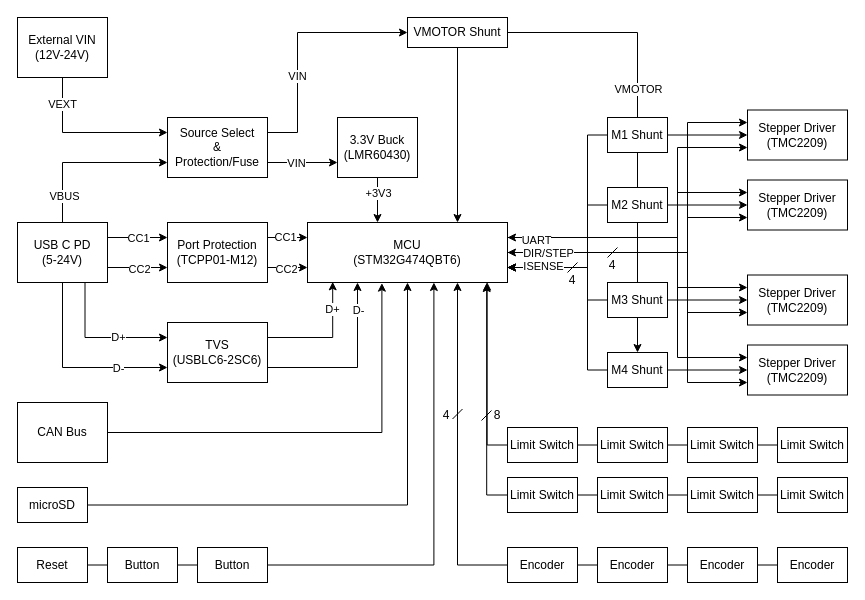
Earlier version of the draw.io diagram diagram.drawio (jacob-wigent/stepping-stone). Source tidied: cells renumbered, new cells numbered last; positions are measured from the earlier drawing's top-left corner, leaving out a move shared by most shapes. Both pictures are drawn from the tidied source at 100%, with x=0, y=0 at pixel (17, 17).
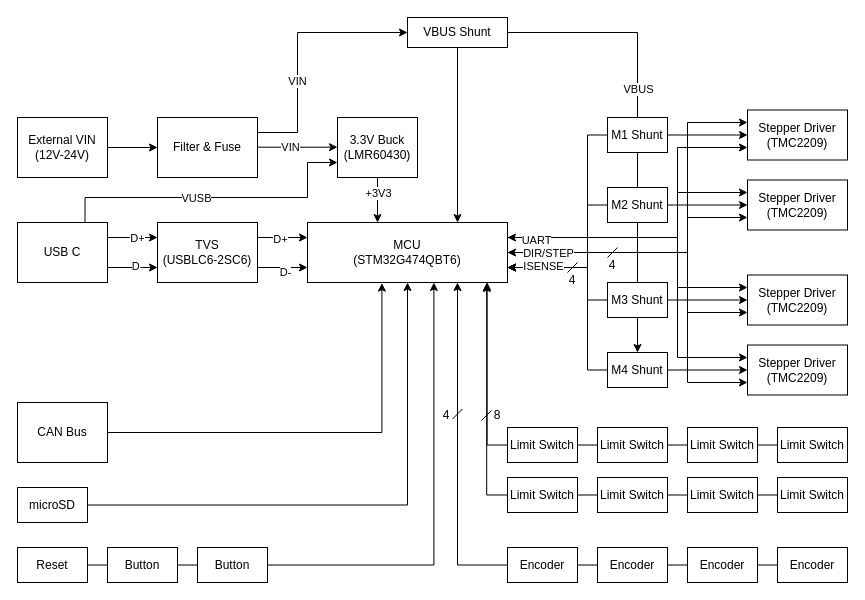
After the change.

The change refers to these unchanged cells:
```xml
<mxCell id="13" value="MCU&lt;div&gt;(STM32G474QBT6)&lt;/div&gt;" style="rounded=0;whiteSpace=wrap;html=1;" parent="1" vertex="1">
  <mxGeometry x="290" y="205" width="200" height="60" as="geometry" />
</mxCell>
<mxCell id="34" value="3.3V Buck&lt;div&gt;(LMR60430)&lt;/div&gt;" style="rounded=0;whiteSpace=wrap;html=1;" parent="1" vertex="1">
  <mxGeometry x="320" y="100" width="80" height="60" as="geometry" />
</mxCell>
<mxCell id="48" style="edgeStyle=orthogonalEdgeStyle;rounded=0;jettySize=auto;html=1;exitX=1;exitY=0.5;exitDx=0;exitDy=0;entryX=0.5;entryY=0;entryDx=0;entryDy=0;" parent="1" edge="1" source="50" target="65">
  <mxGeometry relative="1" as="geometry" />
</mxCell>
```

Diff of the diagram source:
```diff
@@
-    <mxCell id="18" style="edgeStyle=orthogonalEdgeStyle;rounded=0;jettySize=auto;html=1;exitX=1;exitY=0.75;exitDx=0;exitDy=0;entryX=0;entryY=0.75;entryDx=0;entryDy=0;" parent="1" edge="1" source="28" target="33">
-      <mxGeometry relative="1" as="geometry" />
-    </mxCell>
-    <mxCell id="19" value="CC2" style="edgeLabel;html=1;align=center;verticalAlign=middle;" parent="18" vertex="1">
-      <mxGeometry x="0.04" y="-1" relative="1" as="geometry" />
-    </mxCell>
-    <mxCell id="20" style="edgeStyle=orthogonalEdgeStyle;rounded=0;jettySize=auto;html=1;exitX=1;exitY=0.25;exitDx=0;exitDy=0;entryX=0;entryY=0.25;entryDx=0;entryDy=0;" parent="1" edge="1" source="28" target="33">
-      <mxGeometry relative="1" as="geometry" />
-    </mxCell>
-    <mxCell id="21" value="CC1" style="edgeLabel;html=1;align=center;verticalAlign=middle;" parent="20" vertex="1">
-      <mxGeometry x="0.01" relative="1" as="geometry" />
-    </mxCell>
-    <mxCell id="22" style="edgeStyle=orthogonalEdgeStyle;rounded=0;jettySize=auto;html=1;exitX=0.75;exitY=1;exitDx=0;exitDy=0;entryX=0;entryY=0.25;entryDx=0;entryDy=0;" parent="1" edge="1" source="28" target="37">
-      <mxGeometry relative="1" as="geometry" />
-    </mxCell>
-    <mxCell id="23" value="D+" style="edgeLabel;html=1;align=center;verticalAlign=middle;" parent="22" vertex="1">
-      <mxGeometry x="0.28" y="1" relative="1" as="geometry" />
-    </mxCell>
-    <mxCell id="24" style="edgeStyle=orthogonalEdgeStyle;rounded=0;jettySize=auto;html=1;exitX=0.5;exitY=1;exitDx=0;exitDy=0;entryX=0;entryY=0.75;entryDx=0;entryDy=0;" parent="1" edge="1" source="28" target="37">
-      <mxGeometry relative="1" as="geometry" />
-    </mxCell>
-    <mxCell id="25" value="D-" style="edgeLabel;html=1;align=center;verticalAlign=middle;" parent="24" vertex="1">
-      <mxGeometry x="0.47" relative="1" as="geometry" />
-    </mxCell>
-    <mxCell id="26" style="edgeStyle=orthogonalEdgeStyle;rounded=0;jettySize=auto;html=1;exitX=0.5;exitY=0;exitDx=0;exitDy=0;entryX=0;entryY=0.75;entryDx=0;entryDy=0;" parent="1" edge="1" source="28" target="47">
-      <mxGeometry relative="1" as="geometry" />
-    </mxCell>
-    <mxCell id="27" value="VBUS" style="edgeLabel;html=1;align=center;verticalAlign=middle;" parent="26" vertex="1">
-      <mxGeometry x="-0.67" y="-1" relative="1" as="geometry" />
-    </mxCell>
+    <mxCell id="100" style="edgeStyle=orthogonalEdgeStyle;rounded=0;jettySize=auto;html=1;exitX=1;exitY=0.25;exitDx=0;exitDy=0;entryX=0;entryY=0.25;entryDx=0;entryDy=0;" parent="1" edge="1" source="28" target="37">
+      <mxGeometry relative="1" as="geometry" />
+    </mxCell>
+    <mxCell id="101" value="D+" style="edgeLabel;html=1;align=center;verticalAlign=middle;" parent="100" vertex="1">
+      <mxGeometry x="0.14" relative="1" as="geometry" />
+    </mxCell>
+    <mxCell id="102" style="edgeStyle=orthogonalEdgeStyle;rounded=0;jettySize=auto;html=1;exitX=1;exitY=0.75;exitDx=0;exitDy=0;entryX=0;entryY=0.75;entryDx=0;entryDy=0;" parent="1" edge="1" source="28" target="37">
+      <mxGeometry relative="1" as="geometry" />
+    </mxCell>
+    <mxCell id="103" value="D-" style="edgeLabel;html=1;align=center;verticalAlign=middle;" parent="102" vertex="1">
+      <mxGeometry x="0.14" y="2" relative="1" as="geometry" />
+    </mxCell>
+    <mxCell id="104" style="edgeStyle=orthogonalEdgeStyle;rounded=0;jettySize=auto;html=1;exitX=0.75;exitY=0;exitDx=0;exitDy=0;entryX=0;entryY=0.75;entryDx=0;entryDy=0;" parent="1" edge="1" source="28" target="34">
+      <mxGeometry relative="1" as="geometry">
+        <Array as="points">
+          <mxPoint x="68" y="180" />
+          <mxPoint x="290" y="180" />
+          <mxPoint x="290" y="145" />
+        </Array>
+      </mxGeometry>
+    </mxCell>
+    <mxCell id="105" value="VUSB" style="edgeLabel;html=1;align=center;verticalAlign=middle;" parent="104" vertex="1">
+      <mxGeometry x="-0.13" relative="1" as="geometry" />
+    </mxCell>
-    <mxCell id="28" value="USB C PD&lt;div&gt;(5-24V)&lt;/div&gt;" style="rounded=0;whiteSpace=wrap;html=1;" parent="1" vertex="1">
+    <mxCell id="28" value="USB C" style="rounded=0;whiteSpace=wrap;html=1;" parent="1" vertex="1">
       <mxGeometry y="205" width="90" height="60" as="geometry" />
     </mxCell>
-    <mxCell id="29" style="edgeStyle=orthogonalEdgeStyle;rounded=0;jettySize=auto;html=1;exitX=1;exitY=0.25;exitDx=0;exitDy=0;entryX=0;entryY=0.25;entryDx=0;entryDy=0;" parent="1" edge="1" source="33" target="13">
-      <mxGeometry relative="1" as="geometry" />
-    </mxCell>
-    <mxCell id="30" value="CC1" style="edgeLabel;html=1;align=center;verticalAlign=middle;" parent="29" vertex="1">
-      <mxGeometry x="-0.14" y="1" relative="1" as="geometry" />
-    </mxCell>
-    <mxCell id="31" style="edgeStyle=orthogonalEdgeStyle;rounded=0;jettySize=auto;html=1;exitX=1;exitY=0.75;exitDx=0;exitDy=0;entryX=0;entryY=0.75;entryDx=0;entryDy=0;" parent="1" edge="1" source="33" target="13">
-      <mxGeometry relative="1" as="geometry" />
-    </mxCell>
-    <mxCell id="32" value="CC2" style="edgeLabel;html=1;align=center;verticalAlign=middle;" parent="31" vertex="1">
-      <mxGeometry x="-0.1" y="-1" relative="1" as="geometry" />
-    </mxCell>
-    <mxCell id="33" value="Port Protection&lt;div&gt;(TCPP01-M12)&lt;/div&gt;" style="rounded=0;whiteSpace=wrap;html=1;" parent="1" vertex="1">
-      <mxGeometry x="150" y="205" width="100" height="60" as="geometry" />
-    </mxCell>
@@
-    <mxCell id="35" style="edgeStyle=orthogonalEdgeStyle;rounded=0;jettySize=auto;html=1;exitX=1;exitY=0.75;exitDx=0;exitDy=0;entryX=0.25;entryY=1;entryDx=0;entryDy=0;" parent="1" edge="1" source="37" target="13">
-      <mxGeometry relative="1" as="geometry" />
-    </mxCell>
-    <mxCell id="36" value="D-" style="edgeLabel;html=1;align=center;verticalAlign=middle;" parent="35" vertex="1">
-      <mxGeometry x="0.64" relative="1" as="geometry">
-        <mxPoint y="-4" as="offset" />
-      </mxGeometry>
-    </mxCell>
+    <mxCell id="106" style="edgeStyle=orthogonalEdgeStyle;rounded=0;jettySize=auto;html=1;exitX=1;exitY=0.25;exitDx=0;exitDy=0;entryX=0;entryY=0.25;entryDx=0;entryDy=0;" parent="1" edge="1" source="37" target="13">
+      <mxGeometry relative="1" as="geometry" />
+    </mxCell>
+    <mxCell id="107" value="D+" style="edgeLabel;html=1;align=center;verticalAlign=middle;" parent="106" vertex="1">
+      <mxGeometry x="-0.14" y="-1" relative="1" as="geometry" />
+    </mxCell>
+    <mxCell id="108" style="edgeStyle=orthogonalEdgeStyle;rounded=0;jettySize=auto;html=1;exitX=1;exitY=0.75;exitDx=0;exitDy=0;entryX=0;entryY=0.75;entryDx=0;entryDy=0;" parent="1" edge="1" source="37" target="13">
+      <mxGeometry relative="1" as="geometry" />
+    </mxCell>
+    <mxCell id="109" value="D-" style="edgeLabel;html=1;align=center;verticalAlign=middle;" parent="108" vertex="1">
+      <mxGeometry x="0.06" y="-4" relative="1" as="geometry" />
+    </mxCell>
     <mxCell id="37" value="TVS&lt;div&gt;(USBLC6-2SC6)&lt;/div&gt;" style="rounded=0;whiteSpace=wrap;html=1;" parent="1" vertex="1">
-      <mxGeometry x="150" y="305" width="100" height="60" as="geometry" />
+      <mxGeometry x="140" y="205" width="100" height="60" as="geometry" />
     </mxCell>
-    <mxCell id="38" style="edgeStyle=orthogonalEdgeStyle;rounded=0;jettySize=auto;html=1;exitX=1;exitY=0.25;exitDx=0;exitDy=0;entryX=0.126;entryY=0.989;entryDx=0;entryDy=0;entryPerimeter=0;" parent="1" edge="1" source="37" target="13">
-      <mxGeometry relative="1" as="geometry" />
-    </mxCell>
-    <mxCell id="39" value="D+" style="edgeLabel;html=1;align=center;verticalAlign=middle;" parent="38" vertex="1">
-      <mxGeometry x="0.61" y="1" relative="1" as="geometry">
-        <mxPoint y="3" as="offset" />
-      </mxGeometry>
-    </mxCell>
-    <mxCell id="40" style="edgeStyle=orthogonalEdgeStyle;rounded=0;jettySize=auto;html=1;exitX=0.5;exitY=1;exitDx=0;exitDy=0;entryX=0;entryY=0.25;entryDx=0;entryDy=0;" parent="1" edge="1" source="42" target="47">
+    <mxCell id="40" style="edgeStyle=orthogonalEdgeStyle;rounded=0;jettySize=auto;html=1;exitX=1;exitY=0.5;exitDx=0;exitDy=0;entryX=0;entryY=0.5;entryDx=0;entryDy=0;" parent="1" edge="1" source="42" target="47">
       <mxGeometry relative="1" as="geometry" />
     </mxCell>
-    <mxCell id="41" value="VEXT" style="edgeLabel;html=1;align=center;verticalAlign=middle;" parent="40" vertex="1">
-      <mxGeometry x="-0.67" y="-1" relative="1" as="geometry" />
-    </mxCell>
     <mxCell id="42" value="External VIN&lt;div&gt;(12V-24V)&lt;/div&gt;" style="rounded=0;whiteSpace=wrap;html=1;" parent="1" vertex="1">
-      <mxGeometry width="90" height="60" as="geometry" />
+      <mxGeometry y="100" width="90" height="60" as="geometry" />
     </mxCell>
-    <mxCell id="43" style="edgeStyle=orthogonalEdgeStyle;rounded=0;jettySize=auto;html=1;exitX=1;exitY=0.75;exitDx=0;exitDy=0;entryX=0;entryY=0.75;entryDx=0;entryDy=0;" parent="1" edge="1" source="47" target="34">
-      <mxGeometry relative="1" as="geometry" />
+    <mxCell id="43" style="edgeStyle=orthogonalEdgeStyle;rounded=0;orthogonalLoop=1;jettySize=auto;html=1;exitX=1;exitY=0.75;exitDx=0;exitDy=0;entryX=0;entryY=0.75;entryDx=0;entryDy=0;" parent="1" edge="1">
+      <mxGeometry relative="1" as="geometry">
+        <mxPoint x="240" y="129.7" as="sourcePoint" />
+        <mxPoint x="320" y="129.7" as="targetPoint" />
+      </mxGeometry>
     </mxCell>
@@
-    <mxCell id="47" value="Source Select&lt;div&gt;&amp;amp;&lt;/div&gt;&lt;div&gt;Protection/Fuse&lt;/div&gt;" style="rounded=0;whiteSpace=wrap;html=1;" parent="1" vertex="1">
-      <mxGeometry x="150" y="100" width="100" height="60" as="geometry" />
+    <mxCell id="47" value="Filter &amp;amp; Fuse" style="rounded=0;whiteSpace=wrap;html=1;" parent="1" vertex="1">
+      <mxGeometry x="140" y="100" width="100" height="60" as="geometry" />
     </mxCell>
@@
-    <mxCell id="49" value="VMOTOR" style="edgeLabel;html=1;align=center;verticalAlign=middle;" parent="48" vertex="1">
+    <mxCell id="49" value="VBUS" style="edgeLabel;html=1;align=center;verticalAlign=middle;" parent="48" vertex="1">
       <mxGeometry x="0.65" y="-1" relative="1" as="geometry">
         <mxPoint x="1" y="-185" as="offset" />
       </mxGeometry>
     </mxCell>
-    <mxCell id="50" value="VMOTOR Shunt" style="rounded=0;whiteSpace=wrap;html=1;" parent="1" vertex="1">
+    <mxCell id="50" value="VBUS Shunt" style="rounded=0;whiteSpace=wrap;html=1;" parent="1" vertex="1">
       <mxGeometry x="390" width="100" height="30" as="geometry" />
     </mxCell>
```
